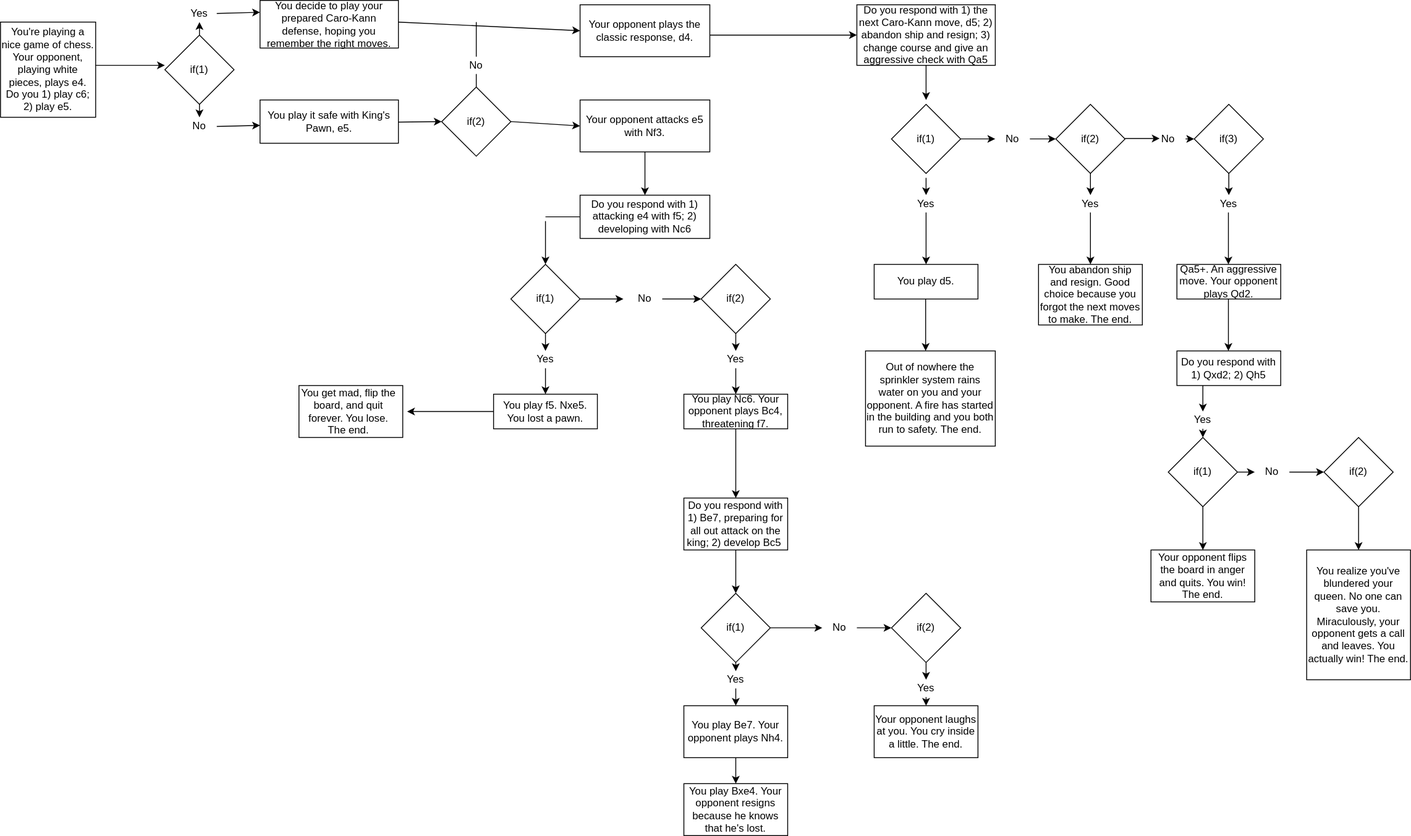
sdaffer/CS-142 keeps this draw.io diagram as 4-26-main-lab/Lab 4 - Decision Tree.svg. Above is the earlier version. Source tidied: cells renumbered, new cells last; positions are measured from the earlier drawing's top-left corner, leaving out a move shared by most shapes.
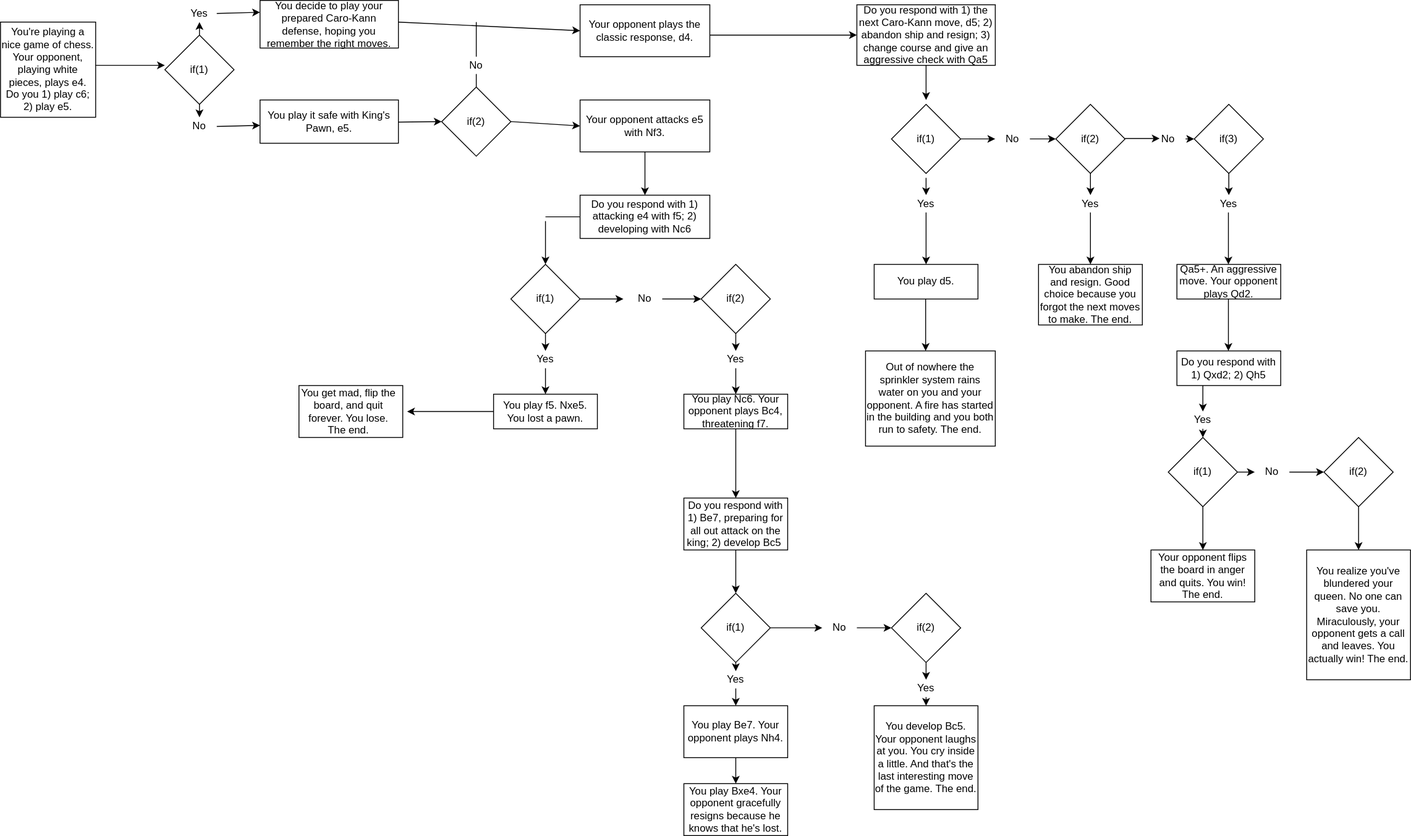
The same diagram one commit later.

Change to the diagram source:
```diff
@@ -330,7 +330,7 @@
     <mxCell id="92" value="You play Be7. Your opponent plays Nh4." style="rounded=0;whiteSpace=wrap;html=1;" parent="1" vertex="1">
       <mxGeometry x="790" y="815" width="120" height="60" as="geometry" />
     </mxCell>
-    <mxCell id="93" value="You play Bxe4. Your opponent resigns because he knows that he's lost." style="rounded=0;whiteSpace=wrap;html=1;" parent="1" vertex="1">
+    <mxCell id="93" value="You play Bxe4. Your opponent gracefully resigns because he knows that he's lost." style="rounded=0;whiteSpace=wrap;html=1;" parent="1" vertex="1">
       <mxGeometry x="790" y="905" width="120" height="60" as="geometry" />
     </mxCell>
     <mxCell id="94" style="endArrow=classic;html=1;exitX=0.5;exitY=1;exitDx=0;exitDy=0;entryX=0.5;entryY=0;entryDx=0;entryDy=0;" parent="1" edge="1" source="92" target="93">
@@ -363,8 +363,8 @@
     <mxCell id="103" style="endArrow=classic;html=1;exitX=0.5;exitY=1;exitDx=0;exitDy=0;entryX=0.5;entryY=0;entryDx=0;entryDy=0;" parent="1" edge="1" source="97" target="102">
       <mxGeometry relative="1" as="geometry" />
     </mxCell>
-    <mxCell id="104" value="Your opponent laughs at you. You cry inside a little. The end." style="rounded=0;whiteSpace=wrap;html=1;" parent="1" vertex="1">
-      <mxGeometry x="1010" y="815" width="120" height="60" as="geometry" />
+    <mxCell id="104" value="You develop Bc5. Your opponent laughs at you. You cry inside a little. And that's the last interesting move of the game. The end." style="rounded=0;whiteSpace=wrap;html=1;" parent="1" vertex="1">
+      <mxGeometry x="1010" y="815" width="120" height="120" as="geometry" />
     </mxCell>
     <mxCell id="105" style="endArrow=classic;html=1;exitX=0.5;exitY=1;exitDx=0;exitDy=0;entryX=0.5;entryY=0;entryDx=0;entryDy=0;" parent="1" edge="1" source="102" target="104">
       <mxGeometry relative="1" as="geometry" />
```
